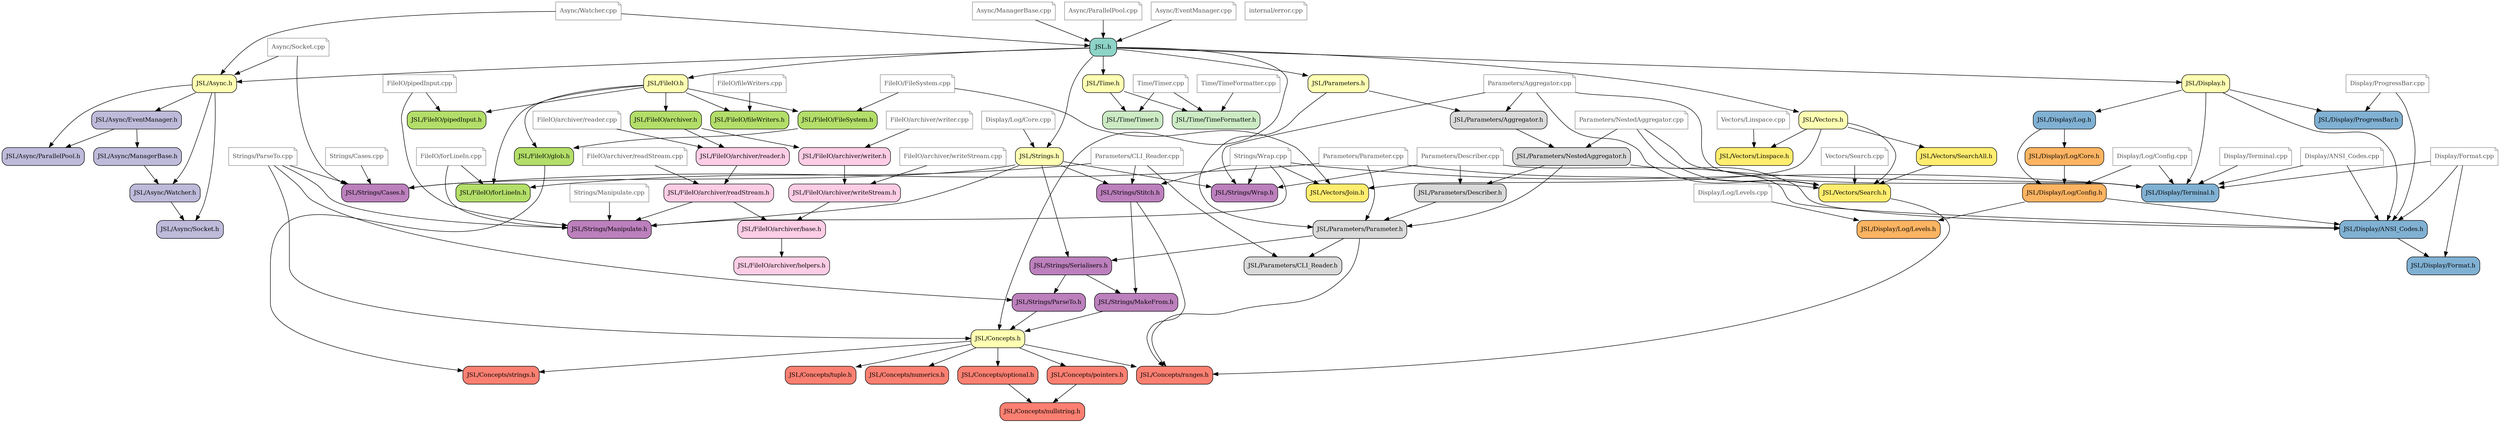
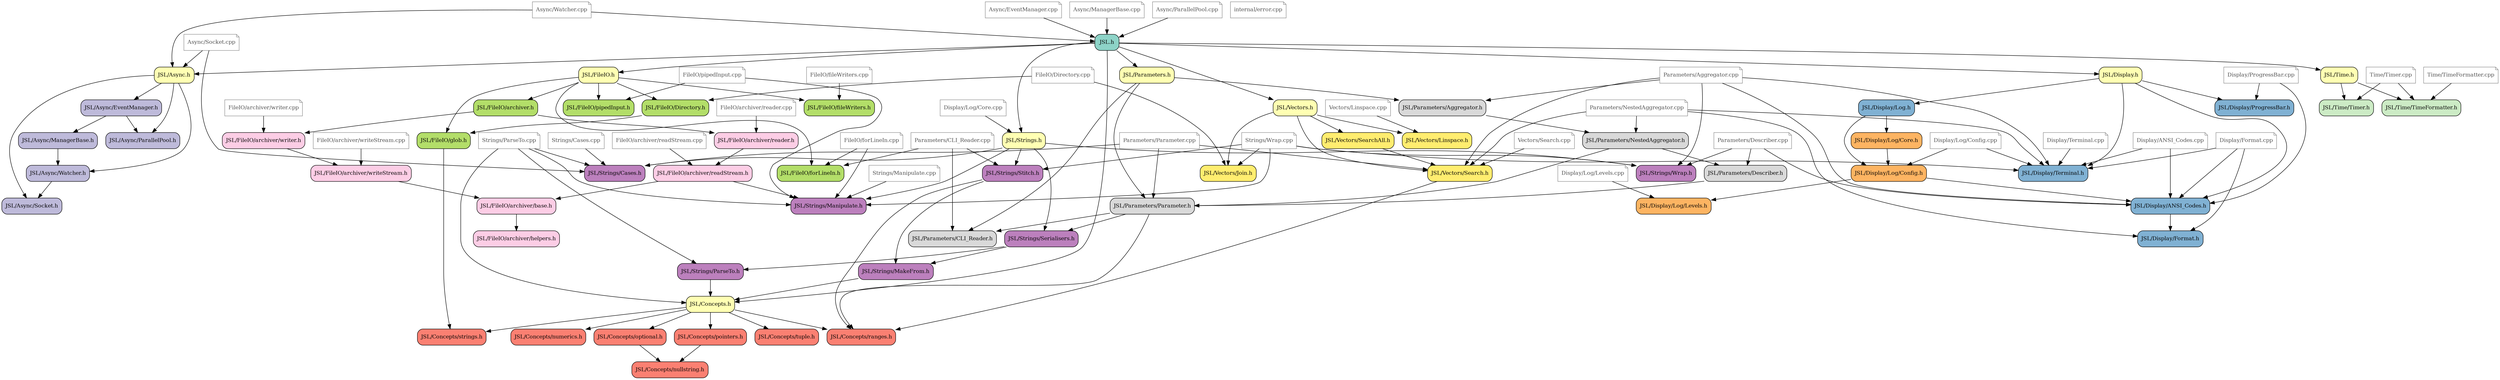
digraph codeviz {
    splines=true
    sep="+15,15"
    overlap=false

    node [shape=Mrecord, fontsize=12]

    node [fillcolor = "#8dd3c7",shape="Mrecord", style = "filled"] "include/JSL.h"                             [label = "JSL.h"]
    node [fillcolor = "#ffffb3",shape="Mrecord", style = "filled"] "include/JSL/Async.h"                       [label = "JSL/Async.h"]
    node [fillcolor = "#bebada",shape="Mrecord", style = "filled"] "include/JSL/Async/EventManager.h"          [label = "JSL/Async/EventManager.h"]
    node [fillcolor = "#bebada",shape="Mrecord", style = "filled"] "include/JSL/Async/ManagerBase.h"           [label = "JSL/Async/ManagerBase.h"]
    node [fillcolor = "#bebada",shape="Mrecord", style = "filled"] "include/JSL/Async/ParallelPool.h"          [label = "JSL/Async/ParallelPool.h"]
    node [fillcolor = "#bebada",shape="Mrecord", style = "filled"] "include/JSL/Async/Socket.h"                [label = "JSL/Async/Socket.h"]
    node [fillcolor = "#bebada",shape="Mrecord", style = "filled"] "include/JSL/Async/Watcher.h"               [label = "JSL/Async/Watcher.h"]
    node [fillcolor = "#ffffb3",shape="Mrecord", style = "filled"] "include/JSL/Concepts.h"                    [label = "JSL/Concepts.h"]
    node [fillcolor = "#fb8072",shape="Mrecord", style = "filled"] "include/JSL/Concepts/nullstring.h"         [label = "JSL/Concepts/nullstring.h"]
    node [fillcolor = "#fb8072",shape="Mrecord", style = "filled"] "include/JSL/Concepts/numerics.h"           [label = "JSL/Concepts/numerics.h"]
    node [fillcolor = "#fb8072",shape="Mrecord", style = "filled"] "include/JSL/Concepts/optional.h"           [label = "JSL/Concepts/optional.h"]
    node [fillcolor = "#fb8072",shape="Mrecord", style = "filled"] "include/JSL/Concepts/pointers.h"           [label = "JSL/Concepts/pointers.h"]
    node [fillcolor = "#fb8072",shape="Mrecord", style = "filled"] "include/JSL/Concepts/ranges.h"             [label = "JSL/Concepts/ranges.h"]
    node [fillcolor = "#fb8072",shape="Mrecord", style = "filled"] "include/JSL/Concepts/strings.h"            [label = "JSL/Concepts/strings.h"]
    node [fillcolor = "#fb8072",shape="Mrecord", style = "filled"] "include/JSL/Concepts/tuple.h"              [label = "JSL/Concepts/tuple.h"]
    node [fillcolor = "#ffffb3",shape="Mrecord", style = "filled"] "include/JSL/Display.h"                     [label = "JSL/Display.h"]
    node [fillcolor = "#80b1d3",shape="Mrecord", style = "filled"] "include/JSL/Display/ANSI_Codes.h"          [label = "JSL/Display/ANSI_Codes.h"]
    node [fillcolor = "#80b1d3",shape="Mrecord", style = "filled"] "include/JSL/Display/Format.h"              [label = "JSL/Display/Format.h"]
    node [fillcolor = "#80b1d3",shape="Mrecord", style = "filled"] "include/JSL/Display/Log.h"                 [label = "JSL/Display/Log.h"]
    node [fillcolor = "#fdb462",shape="Mrecord", style = "filled"] "include/JSL/Display/Log/Config.h"          [label = "JSL/Display/Log/Config.h"]
    node [fillcolor = "#fdb462",shape="Mrecord", style = "filled"] "include/JSL/Display/Log/Core.h"            [label = "JSL/Display/Log/Core.h"]
    node [fillcolor = "#fdb462",shape="Mrecord", style = "filled"] "include/JSL/Display/Log/Levels.h"          [label = "JSL/Display/Log/Levels.h"]
    node [fillcolor = "#80b1d3",shape="Mrecord", style = "filled"] "include/JSL/Display/ProgressBar.h"         [label = "JSL/Display/ProgressBar.h"]
    node [fillcolor = "#80b1d3",shape="Mrecord", style = "filled"] "include/JSL/Display/Terminal.h"            [label = "JSL/Display/Terminal.h"]
    node [fillcolor = "#ffffb3",shape="Mrecord", style = "filled"] "include/JSL/FileIO.h"                      [label = "JSL/FileIO.h"]
-     node [fillcolor = "#b3de69",shape="Mrecord", style = "filled"] "include/JSL/FileIO/FileSystem.h"           [label = "JSL/FileIO/FileSystem.h"]
+     node [fillcolor = "#b3de69",shape="Mrecord", style = "filled"] "include/JSL/FileIO/Directory.h"            [label = "JSL/FileIO/Directory.h"]
    node [fillcolor = "#b3de69",shape="Mrecord", style = "filled"] "include/JSL/FileIO/archiver.h"             [label = "JSL/FileIO/archiver.h"]
    node [fillcolor = "#fccde5",shape="Mrecord", style = "filled"] "include/JSL/FileIO/archiver/base.h"        [label = "JSL/FileIO/archiver/base.h"]
    node [fillcolor = "#fccde5",shape="Mrecord", style = "filled"] "include/JSL/FileIO/archiver/helpers.h"     [label = "JSL/FileIO/archiver/helpers.h"]
    node [fillcolor = "#fccde5",shape="Mrecord", style = "filled"] "include/JSL/FileIO/archiver/readStream.h"  [label = "JSL/FileIO/archiver/readStream.h"]
    node [fillcolor = "#fccde5",shape="Mrecord", style = "filled"] "include/JSL/FileIO/archiver/reader.h"      [label = "JSL/FileIO/archiver/reader.h"]
    node [fillcolor = "#fccde5",shape="Mrecord", style = "filled"] "include/JSL/FileIO/archiver/writeStream.h" [label = "JSL/FileIO/archiver/writeStream.h"]
    node [fillcolor = "#fccde5",shape="Mrecord", style = "filled"] "include/JSL/FileIO/archiver/writer.h"      [label = "JSL/FileIO/archiver/writer.h"]
    node [fillcolor = "#b3de69",shape="Mrecord", style = "filled"] "include/JSL/FileIO/fileWriters.h"          [label = "JSL/FileIO/fileWriters.h"]
    node [fillcolor = "#b3de69",shape="Mrecord", style = "filled"] "include/JSL/FileIO/forLineIn.h"            [label = "JSL/FileIO/forLineIn.h"]
    node [fillcolor = "#b3de69",shape="Mrecord", style = "filled"] "include/JSL/FileIO/glob.h"                 [label = "JSL/FileIO/glob.h"]
    node [fillcolor = "#b3de69",shape="Mrecord", style = "filled"] "include/JSL/FileIO/pipedInput.h"           [label = "JSL/FileIO/pipedInput.h"]
    node [fillcolor = "#ffffb3",shape="Mrecord", style = "filled"] "include/JSL/Parameters.h"                  [label = "JSL/Parameters.h"]
    node [fillcolor = "#d9d9d9",shape="Mrecord", style = "filled"] "include/JSL/Parameters/Aggregator.h"       [label = "JSL/Parameters/Aggregator.h"]
    node [fillcolor = "#d9d9d9",shape="Mrecord", style = "filled"] "include/JSL/Parameters/CLI_Reader.h"       [label = "JSL/Parameters/CLI_Reader.h"]
    node [fillcolor = "#d9d9d9",shape="Mrecord", style = "filled"] "include/JSL/Parameters/Describer.h"        [label = "JSL/Parameters/Describer.h"]
    node [fillcolor = "#d9d9d9",shape="Mrecord", style = "filled"] "include/JSL/Parameters/NestedAggregator.h" [label = "JSL/Parameters/NestedAggregator.h"]
    node [fillcolor = "#d9d9d9",shape="Mrecord", style = "filled"] "include/JSL/Parameters/Parameter.h"        [label = "JSL/Parameters/Parameter.h"]
    node [fillcolor = "#ffffb3",shape="Mrecord", style = "filled"] "include/JSL/Strings.h"                     [label = "JSL/Strings.h"]
    node [fillcolor = "#bc80bd",shape="Mrecord", style = "filled"] "include/JSL/Strings/Cases.h"               [label = "JSL/Strings/Cases.h"]
    node [fillcolor = "#bc80bd",shape="Mrecord", style = "filled"] "include/JSL/Strings/MakeFrom.h"            [label = "JSL/Strings/MakeFrom.h"]
    node [fillcolor = "#bc80bd",shape="Mrecord", style = "filled"] "include/JSL/Strings/Manipulate.h"          [label = "JSL/Strings/Manipulate.h"]
    node [fillcolor = "#bc80bd",shape="Mrecord", style = "filled"] "include/JSL/Strings/ParseTo.h"             [label = "JSL/Strings/ParseTo.h"]
    node [fillcolor = "#bc80bd",shape="Mrecord", style = "filled"] "include/JSL/Strings/Serialisers.h"         [label = "JSL/Strings/Serialisers.h"]
    node [fillcolor = "#bc80bd",shape="Mrecord", style = "filled"] "include/JSL/Strings/Stitch.h"              [label = "JSL/Strings/Stitch.h"]
    node [fillcolor = "#bc80bd",shape="Mrecord", style = "filled"] "include/JSL/Strings/Wrap.h"                [label = "JSL/Strings/Wrap.h"]
    node [fillcolor = "#ffffb3",shape="Mrecord", style = "filled"] "include/JSL/Time.h"                        [label = "JSL/Time.h"]
    node [fillcolor = "#ccebc5",shape="Mrecord", style = "filled"] "include/JSL/Time/TimeFormatter.h"          [label = "JSL/Time/TimeFormatter.h"]
    node [fillcolor = "#ccebc5",shape="Mrecord", style = "filled"] "include/JSL/Time/Timer.h"                  [label = "JSL/Time/Timer.h"]
    node [fillcolor = "#ffffb3",shape="Mrecord", style = "filled"] "include/JSL/Vectors.h"                     [label = "JSL/Vectors.h"]
    node [fillcolor = "#ffed6f",shape="Mrecord", style = "filled"] "include/JSL/Vectors/Join.h"                [label = "JSL/Vectors/Join.h"]
    node [fillcolor = "#ffed6f",shape="Mrecord", style = "filled"] "include/JSL/Vectors/Linspace.h"            [label = "JSL/Vectors/Linspace.h"]
    node [fillcolor = "#ffed6f",shape="Mrecord", style = "filled"] "include/JSL/Vectors/Search.h"              [label = "JSL/Vectors/Search.h"]
    node [fillcolor = "#ffed6f",shape="Mrecord", style = "filled"] "include/JSL/Vectors/SearchAll.h"           [label = "JSL/Vectors/SearchAll.h"]
    node [fillcolor = "#8B8B8B",style="", shape="note", color="#8c8c8c", fontcolor="#4b4b4b"] "src/Async/EventManager.cpp"                [label = "Async/EventManager.cpp"]
    node [fillcolor = "#8B8B8B",style="", shape="note", color="#8c8c8c", fontcolor="#4b4b4b"] "src/Async/ManagerBase.cpp"                 [label = "Async/ManagerBase.cpp"]
    node [fillcolor = "#8B8B8B",style="", shape="note", color="#8c8c8c", fontcolor="#4b4b4b"] "src/Async/ParallelPool.cpp"                [label = "Async/ParallelPool.cpp"]
    node [fillcolor = "#8B8B8B",style="", shape="note", color="#8c8c8c", fontcolor="#4b4b4b"] "src/Async/Socket.cpp"                      [label = "Async/Socket.cpp"]
    node [fillcolor = "#8B8B8B",style="", shape="note", color="#8c8c8c", fontcolor="#4b4b4b"] "src/Async/Watcher.cpp"                     [label = "Async/Watcher.cpp"]
    node [fillcolor = "#8B8B8B",style="", shape="note", color="#8c8c8c", fontcolor="#4b4b4b"] "src/Display/ANSI_Codes.cpp"                [label = "Display/ANSI_Codes.cpp"]
    node [fillcolor = "#8B8B8B",style="", shape="note", color="#8c8c8c", fontcolor="#4b4b4b"] "src/Display/Format.cpp"                    [label = "Display/Format.cpp"]
    node [fillcolor = "#8B8B8B",style="", shape="note", color="#8c8c8c", fontcolor="#4b4b4b"] "src/Display/Log/Config.cpp"                [label = "Display/Log/Config.cpp"]
    node [fillcolor = "#8B8B8B",style="", shape="note", color="#8c8c8c", fontcolor="#4b4b4b"] "src/Display/Log/Core.cpp"                  [label = "Display/Log/Core.cpp"]
    node [fillcolor = "#8B8B8B",style="", shape="note", color="#8c8c8c", fontcolor="#4b4b4b"] "src/Display/Log/Levels.cpp"                [label = "Display/Log/Levels.cpp"]
    node [fillcolor = "#8B8B8B",style="", shape="note", color="#8c8c8c", fontcolor="#4b4b4b"] "src/Display/ProgressBar.cpp"               [label = "Display/ProgressBar.cpp"]
    node [fillcolor = "#8B8B8B",style="", shape="note", color="#8c8c8c", fontcolor="#4b4b4b"] "src/Display/Terminal.cpp"                  [label = "Display/Terminal.cpp"]
-     node [fillcolor = "#8B8B8B",style="", shape="note", color="#8c8c8c", fontcolor="#4b4b4b"] "src/FileIO/FileSystem.cpp"                 [label = "FileIO/FileSystem.cpp"]
+     node [fillcolor = "#8B8B8B",style="", shape="note", color="#8c8c8c", fontcolor="#4b4b4b"] "src/FileIO/Directory.cpp"                  [label = "FileIO/Directory.cpp"]
    node [fillcolor = "#8B8B8B",style="", shape="note", color="#8c8c8c", fontcolor="#4b4b4b"] "src/FileIO/archiver/readStream.cpp"        [label = "FileIO/archiver/readStream.cpp"]
    node [fillcolor = "#8B8B8B",style="", shape="note", color="#8c8c8c", fontcolor="#4b4b4b"] "src/FileIO/archiver/reader.cpp"            [label = "FileIO/archiver/reader.cpp"]
    node [fillcolor = "#8B8B8B",style="", shape="note", color="#8c8c8c", fontcolor="#4b4b4b"] "src/FileIO/archiver/writeStream.cpp"       [label = "FileIO/archiver/writeStream.cpp"]
    node [fillcolor = "#8B8B8B",style="", shape="note", color="#8c8c8c", fontcolor="#4b4b4b"] "src/FileIO/archiver/writer.cpp"            [label = "FileIO/archiver/writer.cpp"]
    node [fillcolor = "#8B8B8B",style="", shape="note", color="#8c8c8c", fontcolor="#4b4b4b"] "src/FileIO/fileWriters.cpp"                [label = "FileIO/fileWriters.cpp"]
    node [fillcolor = "#8B8B8B",style="", shape="note", color="#8c8c8c", fontcolor="#4b4b4b"] "src/FileIO/forLineIn.cpp"                  [label = "FileIO/forLineIn.cpp"]
    node [fillcolor = "#8B8B8B",style="", shape="note", color="#8c8c8c", fontcolor="#4b4b4b"] "src/FileIO/pipedInput.cpp"                 [label = "FileIO/pipedInput.cpp"]
    node [fillcolor = "#8B8B8B",style="", shape="note", color="#8c8c8c", fontcolor="#4b4b4b"] "src/Parameters/Aggregator.cpp"             [label = "Parameters/Aggregator.cpp"]
    node [fillcolor = "#8B8B8B",style="", shape="note", color="#8c8c8c", fontcolor="#4b4b4b"] "src/Parameters/CLI_Reader.cpp"             [label = "Parameters/CLI_Reader.cpp"]
    node [fillcolor = "#8B8B8B",style="", shape="note", color="#8c8c8c", fontcolor="#4b4b4b"] "src/Parameters/Describer.cpp"              [label = "Parameters/Describer.cpp"]
    node [fillcolor = "#8B8B8B",style="", shape="note", color="#8c8c8c", fontcolor="#4b4b4b"] "src/Parameters/NestedAggregator.cpp"       [label = "Parameters/NestedAggregator.cpp"]
    node [fillcolor = "#8B8B8B",style="", shape="note", color="#8c8c8c", fontcolor="#4b4b4b"] "src/Parameters/Parameter.cpp"              [label = "Parameters/Parameter.cpp"]
    node [fillcolor = "#8B8B8B",style="", shape="note", color="#8c8c8c", fontcolor="#4b4b4b"] "src/Strings/Cases.cpp"                     [label = "Strings/Cases.cpp"]
    node [fillcolor = "#8B8B8B",style="", shape="note", color="#8c8c8c", fontcolor="#4b4b4b"] "src/Strings/Manipulate.cpp"                [label = "Strings/Manipulate.cpp"]
    node [fillcolor = "#8B8B8B",style="", shape="note", color="#8c8c8c", fontcolor="#4b4b4b"] "src/Strings/ParseTo.cpp"                   [label = "Strings/ParseTo.cpp"]
    node [fillcolor = "#8B8B8B",style="", shape="note", color="#8c8c8c", fontcolor="#4b4b4b"] "src/Strings/Wrap.cpp"                      [label = "Strings/Wrap.cpp"]
    node [fillcolor = "#8B8B8B",style="", shape="note", color="#8c8c8c", fontcolor="#4b4b4b"] "src/Time/TimeFormatter.cpp"                [label = "Time/TimeFormatter.cpp"]
    node [fillcolor = "#8B8B8B",style="", shape="note", color="#8c8c8c", fontcolor="#4b4b4b"] "src/Time/Timer.cpp"                        [label = "Time/Timer.cpp"]
    node [fillcolor = "#8B8B8B",style="", shape="note", color="#8c8c8c", fontcolor="#4b4b4b"] "src/Vectors/Linspace.cpp"                  [label = "Vectors/Linspace.cpp"]
    node [fillcolor = "#8B8B8B",style="", shape="note", color="#8c8c8c", fontcolor="#4b4b4b"] "src/Vectors/Search.cpp"                    [label = "Vectors/Search.cpp"]
    node [fillcolor = "#8B8B8B",style="", shape="note", color="#8c8c8c", fontcolor="#4b4b4b"] "src/internal/error.cpp"                    [label = "internal/error.cpp"]

    "include/JSL.h"                             -> "include/JSL/Display.h"
    "include/JSL.h"                             -> "include/JSL/FileIO.h"
    "include/JSL.h"                             -> "include/JSL/Parameters.h"
    "include/JSL.h"                             -> "include/JSL/Strings.h"
    "include/JSL.h"                             -> "include/JSL/Time.h"
    "include/JSL.h"                             -> "include/JSL/Vectors.h"
    "include/JSL.h"                             -> "include/JSL/Async.h"
    "include/JSL.h"                             -> "include/JSL/Concepts.h"
    "include/JSL/Async.h"                       -> "include/JSL/Async/Socket.h"
    "include/JSL/Async.h"                       -> "include/JSL/Async/Watcher.h"
    "include/JSL/Async.h"                       -> "include/JSL/Async/EventManager.h"
    "include/JSL/Async.h"                       -> "include/JSL/Async/ParallelPool.h"
    "include/JSL/Async/EventManager.h"          -> "include/JSL/Async/ManagerBase.h"
    "include/JSL/Async/EventManager.h"          -> "include/JSL/Async/ParallelPool.h"
    "include/JSL/Async/ManagerBase.h"           -> "include/JSL/Async/Watcher.h"
    "include/JSL/Async/Watcher.h"               -> "include/JSL/Async/Socket.h"
    "include/JSL/Concepts.h"                    -> "include/JSL/Concepts/ranges.h"
    "include/JSL/Concepts.h"                    -> "include/JSL/Concepts/tuple.h"
    "include/JSL/Concepts.h"                    -> "include/JSL/Concepts/numerics.h"
    "include/JSL/Concepts.h"                    -> "include/JSL/Concepts/strings.h"
    "include/JSL/Concepts.h"                    -> "include/JSL/Concepts/pointers.h"
    "include/JSL/Concepts.h"                    -> "include/JSL/Concepts/optional.h"
    "include/JSL/Concepts/optional.h"           -> "include/JSL/Concepts/nullstring.h"
    "include/JSL/Concepts/pointers.h"           -> "include/JSL/Concepts/nullstring.h"
    "include/JSL/Display.h"                     -> "include/JSL/Display/Log.h"
    "include/JSL/Display.h"                     -> "include/JSL/Display/ANSI_Codes.h"
    "include/JSL/Display.h"                     -> "include/JSL/Display/ProgressBar.h"
    "include/JSL/Display.h"                     -> "include/JSL/Display/Terminal.h"
    "include/JSL/Display/ANSI_Codes.h"          -> "include/JSL/Display/Format.h"
    "include/JSL/Display/Log.h"                 -> "include/JSL/Display/Log/Core.h"
    "include/JSL/Display/Log.h"                 -> "include/JSL/Display/Log/Config.h"
    "include/JSL/Display/Log/Config.h"          -> "include/JSL/Display/Log/Levels.h"
    "include/JSL/Display/Log/Config.h"          -> "include/JSL/Display/ANSI_Codes.h"
    "include/JSL/Display/Log/Core.h"            -> "include/JSL/Display/Log/Config.h"
    "include/JSL/FileIO.h"                      -> "include/JSL/FileIO/forLineIn.h"
-     "include/JSL/FileIO.h"                      -> "include/JSL/FileIO/FileSystem.h"
+     "include/JSL/FileIO.h"                      -> "include/JSL/FileIO/Directory.h"
    "include/JSL/FileIO.h"                      -> "include/JSL/FileIO/fileWriters.h"
    "include/JSL/FileIO.h"                      -> "include/JSL/FileIO/pipedInput.h"
    "include/JSL/FileIO.h"                      -> "include/JSL/FileIO/archiver.h"
    "include/JSL/FileIO.h"                      -> "include/JSL/FileIO/glob.h"
-     "include/JSL/FileIO/FileSystem.h"           -> "include/JSL/FileIO/glob.h"
+     "include/JSL/FileIO/Directory.h"            -> "include/JSL/FileIO/glob.h"
    "include/JSL/FileIO/archiver.h"             -> "include/JSL/FileIO/archiver/writer.h"
    "include/JSL/FileIO/archiver.h"             -> "include/JSL/FileIO/archiver/reader.h"
    "include/JSL/FileIO/archiver/base.h"        -> "include/JSL/FileIO/archiver/helpers.h"
    "include/JSL/FileIO/archiver/readStream.h"  -> "include/JSL/Strings/Manipulate.h"
    "include/JSL/FileIO/archiver/readStream.h"  -> "include/JSL/FileIO/archiver/base.h"
    "include/JSL/FileIO/archiver/reader.h"      -> "include/JSL/FileIO/archiver/readStream.h"
    "include/JSL/FileIO/archiver/writeStream.h" -> "include/JSL/FileIO/archiver/base.h"
    "include/JSL/FileIO/archiver/writer.h"      -> "include/JSL/FileIO/archiver/writeStream.h"
    "include/JSL/FileIO/glob.h"                 -> "include/JSL/Concepts/strings.h"
    "include/JSL/Parameters.h"                  -> "include/JSL/Parameters/Parameter.h"
    "include/JSL/Parameters.h"                  -> "include/JSL/Parameters/Aggregator.h"
+     "include/JSL/Parameters.h"                  -> "include/JSL/Parameters/CLI_Reader.h"
    "include/JSL/Parameters/Aggregator.h"       -> "include/JSL/Parameters/NestedAggregator.h"
    "include/JSL/Parameters/Describer.h"        -> "include/JSL/Parameters/Parameter.h"
    "include/JSL/Parameters/NestedAggregator.h" -> "include/JSL/Parameters/Parameter.h"
-     "include/JSL/Parameters/NestedAggregator.h" -> "include/JSL/Display/ANSI_Codes.h"
    "include/JSL/Parameters/NestedAggregator.h" -> "include/JSL/Parameters/Describer.h"
    "include/JSL/Parameters/Parameter.h"      -> "include/JSL/Concepts/ranges.h"[weight=0.3]
    "include/JSL/Parameters/Parameter.h"        -> "include/JSL/Strings/Serialisers.h"
    "include/JSL/Parameters/Parameter.h"        -> "include/JSL/Parameters/CLI_Reader.h"
    "include/JSL/Strings.h"                     -> "include/JSL/Strings/Serialisers.h"
    "include/JSL/Strings.h"                     -> "include/JSL/Strings/Cases.h"
    "include/JSL/Strings.h"                     -> "include/JSL/Strings/Manipulate.h"
    "include/JSL/Strings.h"                     -> "include/JSL/Strings/Stitch.h"
    "include/JSL/Strings.h"                     -> "include/JSL/Strings/Wrap.h"
    "include/JSL/Strings/MakeFrom.h"            -> "include/JSL/Concepts.h"
    "include/JSL/Strings/ParseTo.h"             -> "include/JSL/Concepts.h"
    "include/JSL/Strings/Serialisers.h"         -> "include/JSL/Strings/MakeFrom.h"
    "include/JSL/Strings/Serialisers.h"         -> "include/JSL/Strings/ParseTo.h"
    "include/JSL/Strings/Stitch.h"              -> "include/JSL/Strings/MakeFrom.h"
    "include/JSL/Strings/Stitch.h"            -> "include/JSL/Concepts/ranges.h"[weight=0.3]
    "include/JSL/Time.h"                        -> "include/JSL/Time/Timer.h"
    "include/JSL/Time.h"                        -> "include/JSL/Time/TimeFormatter.h"
    "include/JSL/Vectors.h"                     -> "include/JSL/Vectors/Search.h"
    "include/JSL/Vectors.h"                     -> "include/JSL/Vectors/SearchAll.h"
    "include/JSL/Vectors.h"                     -> "include/JSL/Vectors/Join.h"
    "include/JSL/Vectors.h"                     -> "include/JSL/Vectors/Linspace.h"
    "include/JSL/Vectors/Search.h"            -> "include/JSL/Concepts/ranges.h"[weight=0.3]
    "include/JSL/Vectors/SearchAll.h"           -> "include/JSL/Vectors/Search.h"
    "src/Async/EventManager.cpp"                -> "include/JSL.h"
    "src/Async/ManagerBase.cpp"                 -> "include/JSL.h"
    "src/Async/ParallelPool.cpp"                -> "include/JSL.h"

    "src/Async/Socket.cpp"                      -> "include/JSL/Async.h"
    "src/Async/Socket.cpp"                      -> "include/JSL/Strings/Cases.h"

    "src/Async/Watcher.cpp"                     -> "include/JSL/Async.h"

    "src/Async/Watcher.cpp"                     -> "include/JSL.h"
    "src/Display/ANSI_Codes.cpp"                -> "include/JSL/Display/ANSI_Codes.h"
    "src/Display/ANSI_Codes.cpp"                -> "include/JSL/Display/Terminal.h"
    "src/Display/Format.cpp"                    -> "include/JSL/Display/Format.h"
    "src/Display/Format.cpp"                    -> "include/JSL/Display/ANSI_Codes.h"
    "src/Display/Format.cpp"                    -> "include/JSL/Display/Terminal.h"
    "src/Display/Log/Config.cpp"                -> "include/JSL/Display/Log/Config.h"
    "src/Display/Log/Config.cpp"                -> "include/JSL/Display/Terminal.h"

    "src/Display/Log/Core.cpp"                  -> "include/JSL/Strings.h"
    "src/Display/Log/Levels.cpp"                -> "include/JSL/Display/Log/Levels.h"
    "src/Display/ProgressBar.cpp"               -> "include/JSL/Display/ProgressBar.h"
    "src/Display/ProgressBar.cpp"               -> "include/JSL/Display/ANSI_Codes.h"

    "src/Display/Terminal.cpp"                  -> "include/JSL/Display/Terminal.h"
-     "src/FileIO/FileSystem.cpp"                 -> "include/JSL/FileIO/FileSystem.h"
-     "src/FileIO/FileSystem.cpp"                 -> "include/JSL/Vectors/Join.h"
+     "src/FileIO/Directory.cpp"                  -> "include/JSL/FileIO/Directory.h"
+     "src/FileIO/Directory.cpp"                  -> "include/JSL/Vectors/Join.h"
    "src/FileIO/archiver/readStream.cpp"        -> "include/JSL/FileIO/archiver/readStream.h"
    "src/FileIO/archiver/reader.cpp"            -> "include/JSL/FileIO/archiver/reader.h"
    "src/FileIO/archiver/writeStream.cpp"       -> "include/JSL/FileIO/archiver/writeStream.h"
    "src/FileIO/archiver/writer.cpp"            -> "include/JSL/FileIO/archiver/writer.h"

    "src/FileIO/fileWriters.cpp"                -> "include/JSL/FileIO/fileWriters.h"
    "src/FileIO/forLineIn.cpp"                  -> "include/JSL/FileIO/forLineIn.h"
    "src/FileIO/forLineIn.cpp"                  -> "include/JSL/Strings/Manipulate.h"
    "src/FileIO/pipedInput.cpp"                 -> "include/JSL/FileIO/pipedInput.h"
    "src/FileIO/pipedInput.cpp"                 -> "include/JSL/Strings/Manipulate.h"
    "src/Parameters/Aggregator.cpp"             -> "include/JSL/Parameters/Aggregator.h"
    "src/Parameters/Aggregator.cpp"             -> "include/JSL/Vectors/Search.h"
    "src/Parameters/Aggregator.cpp"             -> "include/JSL/Strings/Wrap.h"
+     "src/Parameters/Aggregator.cpp"             -> "include/JSL/Display/ANSI_Codes.h"
    "src/Parameters/Aggregator.cpp"             -> "include/JSL/Display/Terminal.h"
    "src/Parameters/CLI_Reader.cpp"             -> "include/JSL/Parameters/CLI_Reader.h"
    "src/Parameters/CLI_Reader.cpp"             -> "include/JSL/FileIO/forLineIn.h"
    "src/Parameters/CLI_Reader.cpp"             -> "include/JSL/Strings/Stitch.h"
    "src/Parameters/Describer.cpp"              -> "include/JSL/Parameters/Describer.h"
    "src/Parameters/Describer.cpp"              -> "include/JSL/Display/ANSI_Codes.h"
    "src/Parameters/Describer.cpp"              -> "include/JSL/Strings/Wrap.h"
    "src/Parameters/NestedAggregator.cpp"       -> "include/JSL/Parameters/NestedAggregator.h"
    "src/Parameters/NestedAggregator.cpp"       -> "include/JSL/Display/Terminal.h"
    "src/Parameters/NestedAggregator.cpp"       -> "include/JSL/Vectors/Search.h"

+     "src/Parameters/NestedAggregator.cpp"       -> "include/JSL/Display/Format.h"
    "src/Parameters/Parameter.cpp"              -> "include/JSL/Parameters/Parameter.h"
    "src/Parameters/Parameter.cpp"              -> "include/JSL/Vectors/Search.h"
    "src/Parameters/Parameter.cpp"              -> "include/JSL/Strings/Cases.h"
    "src/Strings/Cases.cpp"                     -> "include/JSL/Strings/Cases.h"
    "src/Strings/Manipulate.cpp"                -> "include/JSL/Strings/Manipulate.h"
    "src/Strings/ParseTo.cpp"                   -> "include/JSL/Strings/ParseTo.h"
    "src/Strings/ParseTo.cpp"                   -> "include/JSL/Strings/Cases.h"
    "src/Strings/ParseTo.cpp"                   -> "include/JSL/Concepts.h"
    "src/Strings/ParseTo.cpp"                   -> "include/JSL/Strings/Manipulate.h"
    "src/Strings/Wrap.cpp"                      -> "include/JSL/Strings/Wrap.h"
    "src/Strings/Wrap.cpp"                      -> "include/JSL/Strings/Stitch.h"
    "src/Strings/Wrap.cpp"                      -> "include/JSL/Strings/Manipulate.h"
    "src/Strings/Wrap.cpp"                      -> "include/JSL/Vectors/Join.h"
    "src/Strings/Wrap.cpp"                      -> "include/JSL/Display/Terminal.h"
    "src/Time/TimeFormatter.cpp"                -> "include/JSL/Time/TimeFormatter.h"
    "src/Time/Timer.cpp"                        -> "include/JSL/Time/Timer.h"
    "src/Time/Timer.cpp"                        -> "include/JSL/Time/TimeFormatter.h"
    "src/Vectors/Linspace.cpp"                  -> "include/JSL/Vectors/Linspace.h"
    "src/Vectors/Search.cpp"                    -> "include/JSL/Vectors/Search.h"

}
